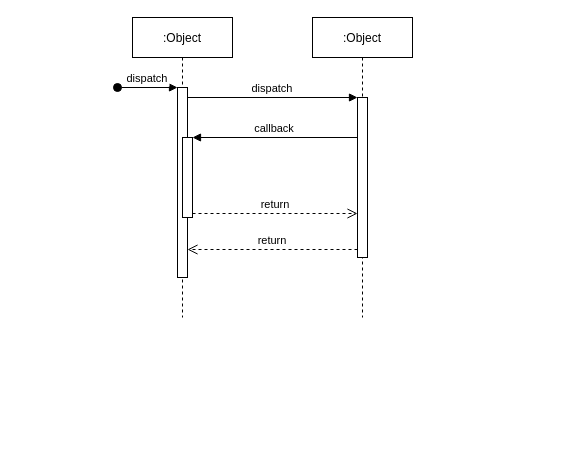
Dcell/drawio keeps this draw.io diagram as 商务账号分发时序图.drawio. Above is the earlier version. Source tidied: cells renumbered, new cells numbered last; positions are measured from the earlier drawing's top-left corner, leaving out a move shared by most shapes. Both pictures are drawn from the tidied source at 100%, with x=0, y=0 at pixel (117, 17).
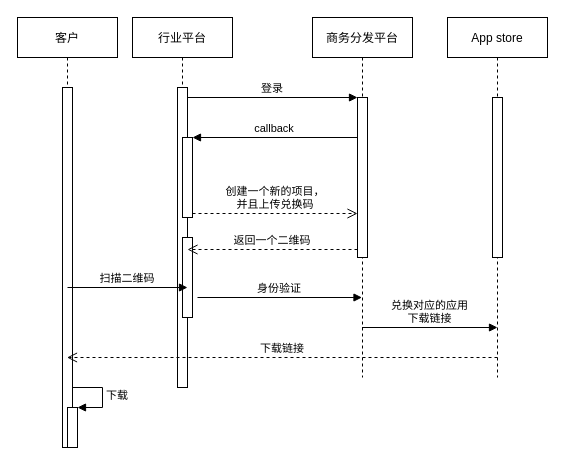
After the change.

Commit message:
更新商务账号分发时序图.drawio

The change refers to these unchanged cells:
```xml
<mxCell id="5" style="points=[];perimeter=orthogonalPerimeter;rounded=0;shadow=0;strokeWidth=1;" parent="2" vertex="1">
  <mxGeometry x="50" y="120" width="10" height="80" as="geometry" />
</mxCell>
<mxCell id="7" style="points=[];perimeter=orthogonalPerimeter;rounded=0;shadow=0;strokeWidth=1;" parent="6" vertex="1">
  <mxGeometry x="45" y="80" width="10" height="160" as="geometry" />
</mxCell>
```

Change to the diagram source:
```diff
@@
-    <mxCell id="2" value=":Object" style="shape=umlLifeline;perimeter=lifelinePerimeter;rounded=0;shadow=0;strokeWidth=1;" parent="1" vertex="1">
-      <mxGeometry x="15" width="100" height="300" as="geometry" />
+    <mxCell id="2" value="行业平台" style="shape=umlLifeline;perimeter=lifelinePerimeter;rounded=0;shadow=0;strokeWidth=1;" parent="1" vertex="1">
+      <mxGeometry x="15" width="100" height="370" as="geometry" />
     </mxCell>
     <mxCell id="3" style="points=[];perimeter=orthogonalPerimeter;rounded=0;shadow=0;strokeWidth=1;" parent="2" vertex="1">
-      <mxGeometry x="45" y="70" width="10" height="190" as="geometry" />
+      <mxGeometry x="45" y="70" width="10" height="300" as="geometry" />
     </mxCell>
-    <mxCell id="4" value="dispatch" style="verticalAlign=bottom;startArrow=oval;endArrow=block;startSize=8;shadow=0;strokeWidth=1;" parent="2" edge="1" target="3">
-      <mxGeometry relative="1" as="geometry">
-        <mxPoint x="-15" y="70" as="sourcePoint" />
-      </mxGeometry>
-    </mxCell>
@@
+    <mxCell id="12" style="perimeter=orthogonalPerimeter;rounded=0;shadow=0;strokeWidth=1;" parent="2" vertex="1">
+      <mxGeometry x="50" y="220" width="10" height="80" as="geometry" />
+    </mxCell>
-    <mxCell id="6" value=":Object" style="shape=umlLifeline;perimeter=lifelinePerimeter;rounded=0;shadow=0;strokeWidth=1;" parent="1" vertex="1">
-      <mxGeometry x="195" width="100" height="300" as="geometry" />
+    <mxCell id="6" value="商务分发平台" style="shape=umlLifeline;perimeter=lifelinePerimeter;rounded=0;shadow=0;strokeWidth=1;" parent="1" vertex="1">
+      <mxGeometry x="195" width="100" height="360" as="geometry" />
     </mxCell>
@@
-    <mxCell id="8" value="return" style="verticalAlign=bottom;endArrow=open;dashed=1;endSize=8;exitX=0;exitY=0.95;shadow=0;strokeWidth=1;" parent="1" edge="1" source="7" target="3">
+    <mxCell id="8" value="返回一个二维码" style="verticalAlign=bottom;endArrow=open;dashed=1;endSize=8;exitX=0;exitY=0.95;shadow=0;strokeWidth=1;" parent="1" edge="1" source="7" target="3">
       <mxGeometry relative="1" as="geometry" />
     </mxCell>
-    <mxCell id="9" value="dispatch" style="verticalAlign=bottom;endArrow=block;entryX=0;entryY=0;shadow=0;strokeWidth=1;" parent="1" edge="1" source="3" target="7">
+    <mxCell id="9" value="登录" style="verticalAlign=bottom;endArrow=block;entryX=0;entryY=0;shadow=0;strokeWidth=1;" parent="1" edge="1" source="3" target="7">
       <mxGeometry relative="1" as="geometry" />
     </mxCell>
@@
-    <mxCell id="11" value="return" style="verticalAlign=bottom;endArrow=open;dashed=1;endSize=8;exitX=1;exitY=0.95;shadow=0;strokeWidth=1;" parent="1" edge="1" source="5" target="7">
+    <mxCell id="11" value="创建一个新的项目，&#10;并且上传兑换码" style="verticalAlign=bottom;endArrow=open;dashed=1;endSize=8;exitX=1;exitY=0.95;shadow=0;strokeWidth=1;" parent="1" edge="1" source="5" target="7">
       <mxGeometry relative="1" as="geometry" />
     </mxCell>
+    <mxCell id="13" value="客户" style="shape=umlLifeline;perimeter=lifelinePerimeter;rounded=0;shadow=0;strokeWidth=1;" parent="1" vertex="1">
+      <mxGeometry x="-100" width="100" height="430" as="geometry" />
+    </mxCell>
+    <mxCell id="14" style="perimeter=orthogonalPerimeter;rounded=0;shadow=0;strokeWidth=1;" parent="13" vertex="1">
+      <mxGeometry x="45" y="70" width="10" height="360" as="geometry" />
+    </mxCell>
+    <mxCell id="15" style="html=1;points=[];perimeter=orthogonalPerimeter;" parent="13" vertex="1">
+      <mxGeometry x="50" y="390" width="10" height="40" as="geometry" />
+    </mxCell>
+    <mxCell id="16" value="下载" style="edgeStyle=orthogonalEdgeStyle;html=1;align=left;spacingLeft=2;endArrow=block;rounded=0;entryX=1;entryY=0;" parent="13" edge="1" target="15">
+      <mxGeometry relative="1" as="geometry">
+        <mxPoint x="55" y="370" as="sourcePoint" />
+        <Array as="points">
+          <mxPoint x="85" y="370" />
+        </Array>
+      </mxGeometry>
+    </mxCell>
+    <mxCell id="17" value="App store" style="shape=umlLifeline;perimeter=lifelinePerimeter;rounded=0;shadow=0;strokeWidth=1;" parent="1" vertex="1">
+      <mxGeometry x="330" width="100" height="360" as="geometry" />
+    </mxCell>
+    <mxCell id="18" style="perimeter=orthogonalPerimeter;rounded=0;shadow=0;strokeWidth=1;" parent="17" vertex="1">
+      <mxGeometry x="45" y="80" width="10" height="160" as="geometry" />
+    </mxCell>
+    <mxCell id="19" value="兑换对应的应用&#10;下载链接" style="verticalAlign=bottom;endArrow=block;shadow=0;strokeWidth=1;" parent="17" edge="1" source="6">
+      <mxGeometry relative="1" as="geometry">
+        <mxPoint x="50" y="310" as="targetPoint" />
+      </mxGeometry>
+    </mxCell>
+    <mxCell id="20" value="下载链接" style="verticalAlign=bottom;endArrow=open;dashed=1;endSize=8;exitX=0;exitY=0.95;shadow=0;strokeWidth=1;" parent="17" edge="1" target="13">
+      <mxGeometry relative="1" as="geometry">
+        <mxPoint x="50" y="340" as="sourcePoint" />
+      </mxGeometry>
+    </mxCell>
+    <mxCell id="21" value="扫描二维码" style="verticalAlign=bottom;endArrow=block;shadow=0;strokeWidth=1;" parent="1" edge="1">
+      <mxGeometry relative="1" as="geometry">
+        <mxPoint x="-50" y="270" as="sourcePoint" />
+        <mxPoint x="70" y="270" as="targetPoint" />
+      </mxGeometry>
+    </mxCell>
+    <mxCell id="22" value="身份验证" style="verticalAlign=bottom;endArrow=block;shadow=0;strokeWidth=1;" parent="1" edge="1" target="6">
+      <mxGeometry relative="1" as="geometry">
+        <mxPoint x="80" y="280" as="sourcePoint" />
+      </mxGeometry>
+    </mxCell>
```
